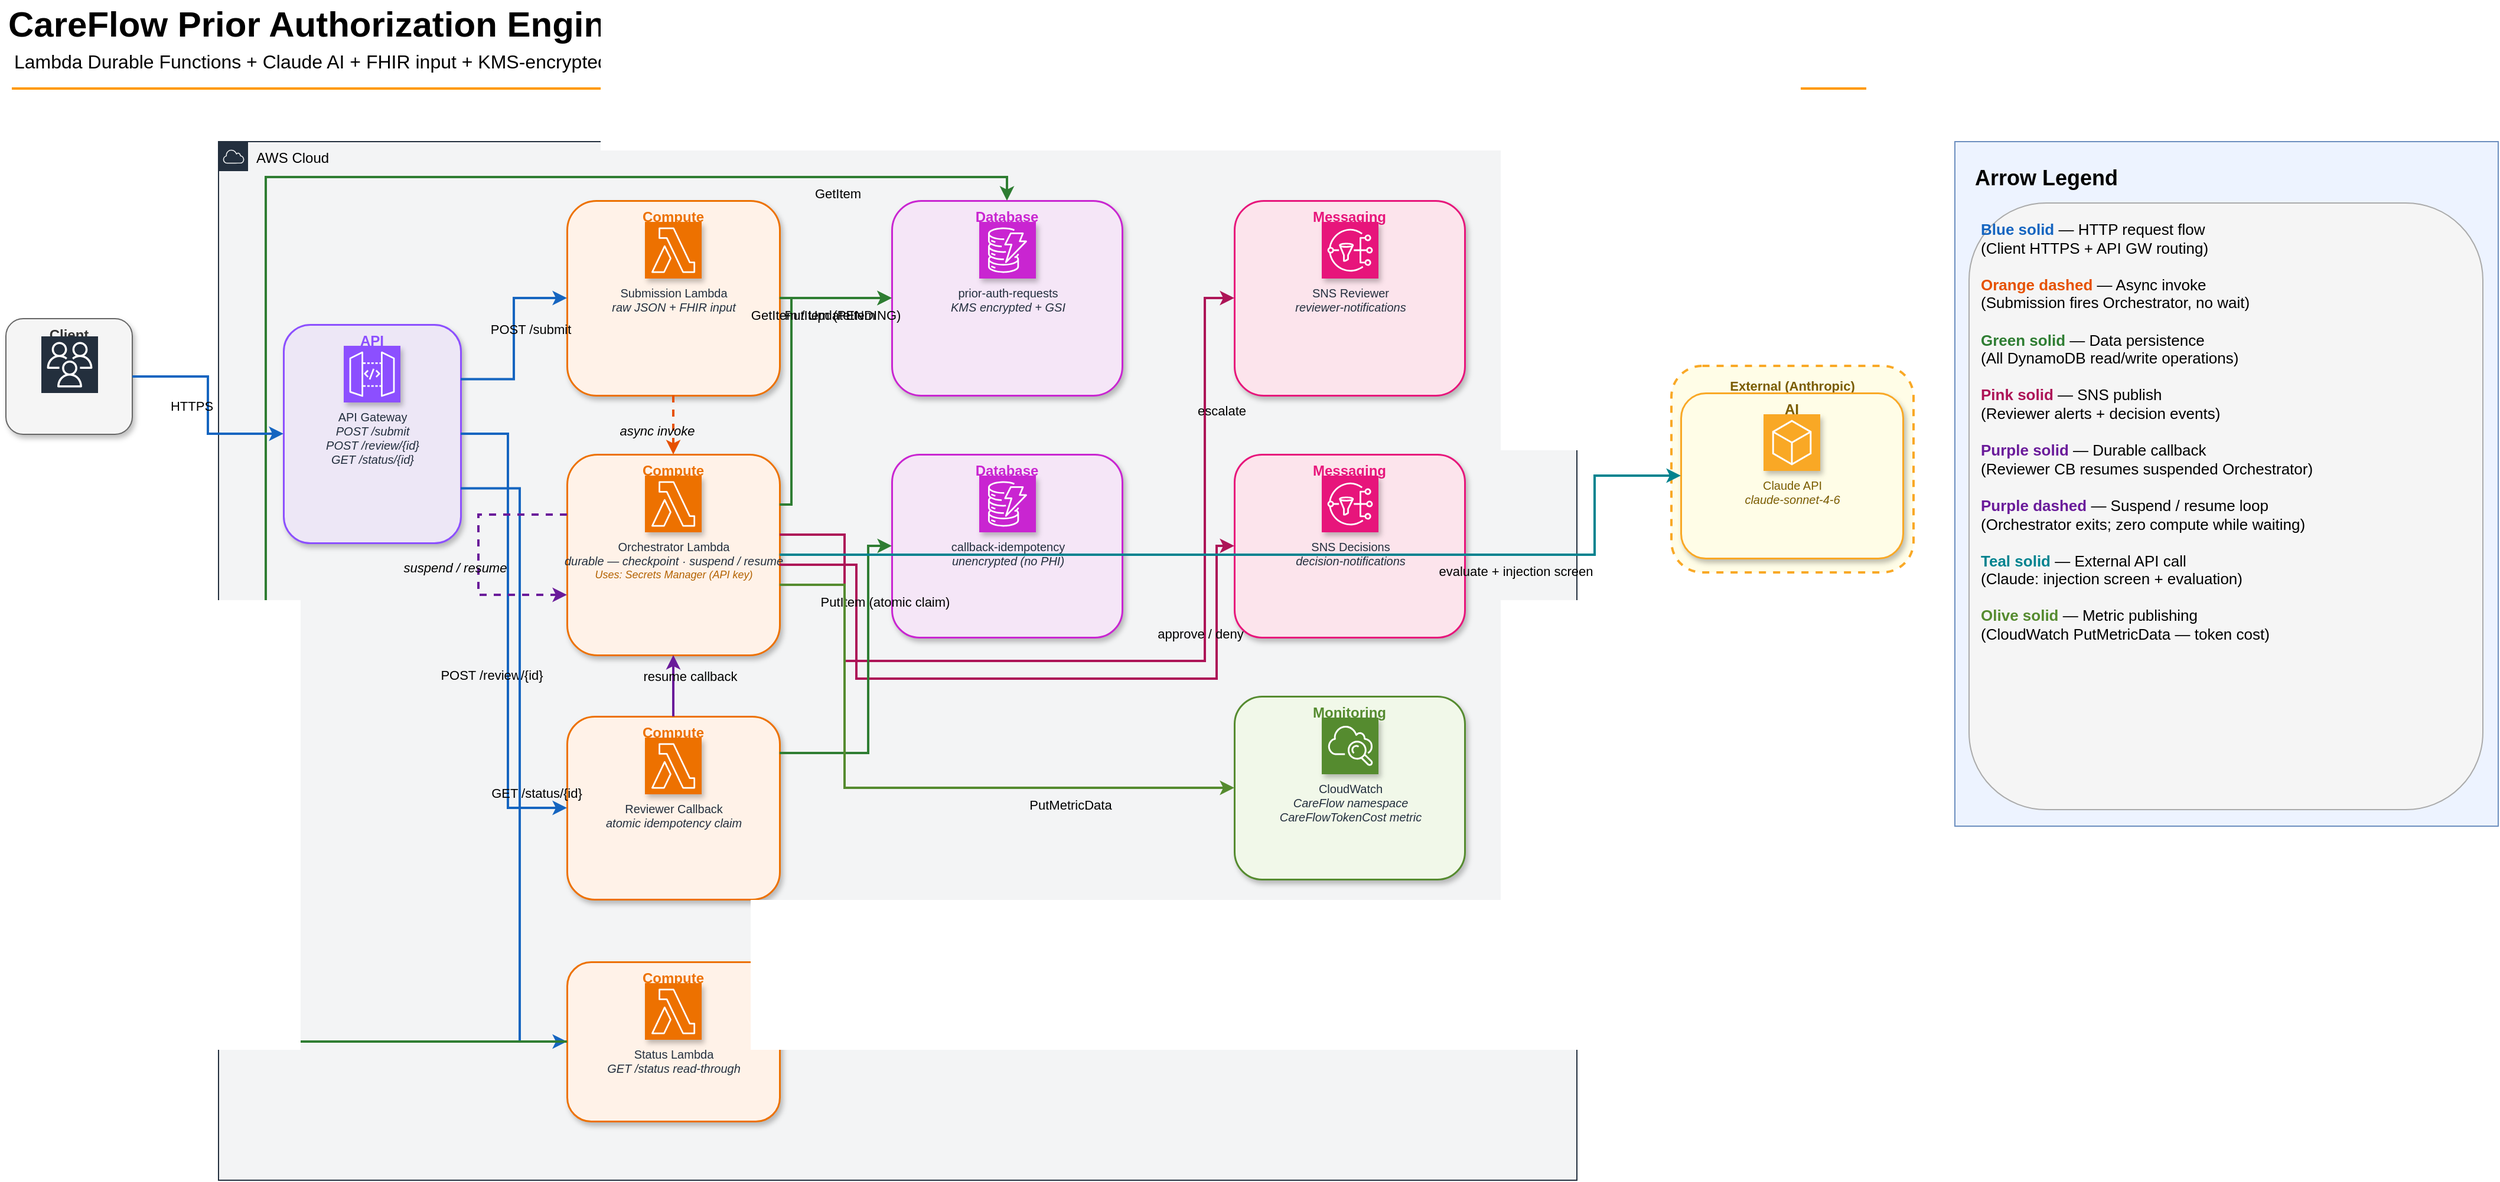
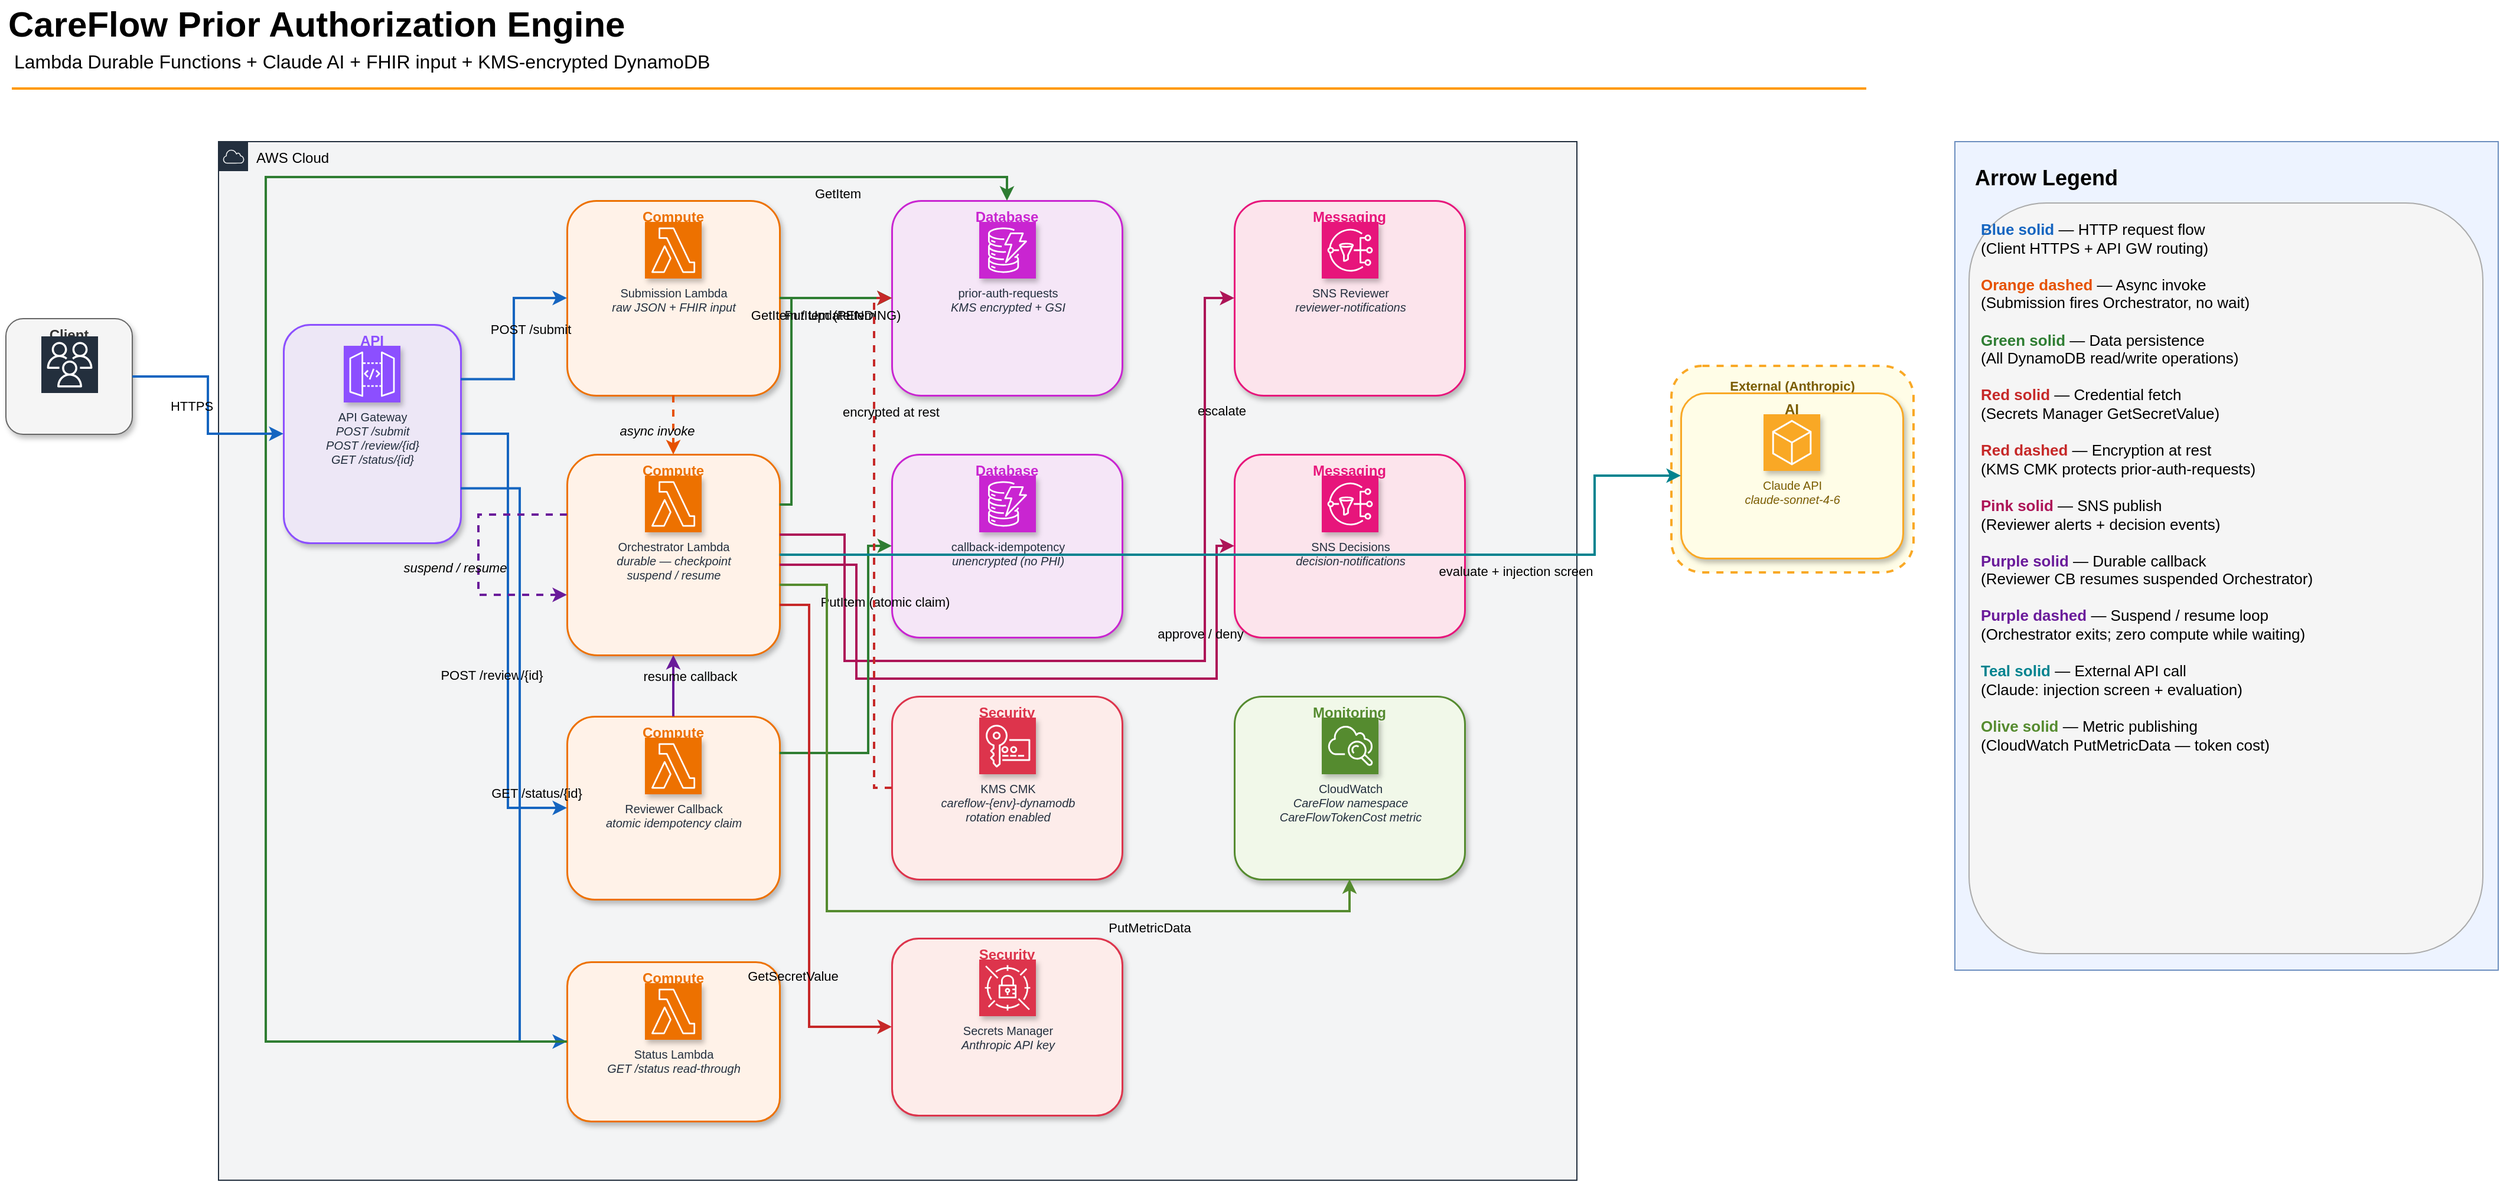
<mxfile host="Electron" version="29.6.1">
  <diagram name="CareFlow Architecture" id="careflow-arch">
    <mxGraphModel dx="2000" dy="1200" grid="0" gridSize="10" guides="1" tooltips="1" connect="1" arrows="1" fold="1" page="0" pageScale="1" pageWidth="2200" pageHeight="1200" math="0" shadow="0">
      <root>
        <mxCell id="0" />
        <mxCell id="1" parent="0" />

        <mxCell id="title-group" connectable="0" parent="1" style="group;fontFamily=Helvetica;" value="" vertex="1">
          <mxGeometry x="50" y="30" width="1580" height="83" as="geometry" />
        </mxCell>
        <mxCell id="title-text" parent="title-group" style="text;html=1;resizable=1;points=[];autosize=1;align=left;verticalAlign=top;spacingTop=-4;fontSize=30;fontStyle=1;fontFamily=Helvetica;" value="CareFlow Prior Authorization Engine" vertex="1">
          <mxGeometry width="900" height="42" as="geometry" />
        </mxCell>
        <mxCell id="subtitle-text" parent="title-group" style="text;html=1;resizable=0;points=[];align=left;verticalAlign=top;spacingTop=-4;fontSize=16;fontFamily=Helvetica;" value="Lambda Durable Functions + Claude AI + FHIR input + KMS-encrypted DynamoDB" vertex="1">
          <mxGeometry x="5" y="40" width="1400" height="25" as="geometry" />
        </mxCell>
        <mxCell id="title-sep" parent="title-group" style="line;strokeWidth=2;html=1;strokeColor=#FF9900;fontFamily=Helvetica;" value="" vertex="1">
          <mxGeometry x="5" y="70" width="1570" height="10" as="geometry" />
        </mxCell>

        <mxCell id="client-container" parent="1" style="fillColor=#f5f5f5;strokeColor=light-dark(#666666,#D4D4D4);rounded=1;whiteSpace=wrap;html=1;verticalAlign=top;fontStyle=1;fontSize=12;fontColor=#333333;fontFamily=Helvetica;container=1;collapsible=0;shadow=1;strokeWidth=1;" value="Client" vertex="1">
          <mxGeometry x="50" y="300" width="107" height="98" as="geometry" />
        </mxCell>
        <mxCell id="client-icon" parent="client-container" style="sketch=0;points=[[0,0,0],[0.25,0,0],[0.5,0,0],[0.75,0,0],[1,0,0],[0,1,0],[0.25,1,0],[0.5,1,0],[0.75,1,0],[1,1,0],[0,0.25,0],[0,0.5,0],[0,0.75,0],[1,0.25,0],[1,0.5,0],[1,0.75,0]];outlineConnect=0;fontColor=#232F3E;fillColor=#232F3D;strokeColor=#ffffff;dashed=0;verticalLabelPosition=bottom;verticalAlign=top;align=center;html=1;fontSize=12;fontStyle=0;aspect=fixed;shape=mxgraph.aws4.resourceIcon;resIcon=mxgraph.aws4.users;fontFamily=Helvetica;" value="" vertex="1">
          <mxGeometry x="30" y="15" width="48" height="48" as="geometry" />
        </mxCell>

        <mxCell id="ext-boundary" parent="1" style="rounded=1;whiteSpace=wrap;html=1;verticalAlign=top;fontStyle=1;fontSize=11;fontColor=#7a5c00;fontFamily=Helvetica;fillColor=#FFFDE7;strokeColor=#F9A825;strokeWidth=2;dashed=1;spacingTop=4;" value="External (Anthropic)" vertex="1">
          <mxGeometry x="1460" y="340" width="205" height="175" as="geometry" />
        </mxCell>
        <mxCell id="svc-group-claude" parent="1" style="fillColor=#FFFDE7;strokeColor=#F9A825;rounded=1;whiteSpace=wrap;html=1;verticalAlign=top;fontStyle=1;fontSize=12;fontColor=#7a5c00;fontFamily=Helvetica;container=1;collapsible=0;shadow=1;strokeWidth=1.5;" value="AI" vertex="1">
          <mxGeometry x="1468" y="363" width="188" height="140" as="geometry" />
        </mxCell>
        <mxCell id="svc-claude" parent="svc-group-claude" style="sketch=0;points=[[0,0,0],[0.25,0,0],[0.5,0,0],[0.75,0,0],[1,0,0],[0,1,0],[0.25,1,0],[0.5,1,0],[0.75,1,0],[1,1,0],[0,0.25,0],[0,0.5,0],[0,0.75,0],[1,0.25,0],[1,0.5,0],[1,0.75,0]];outlineConnect=0;fontColor=#7a5c00;fillColor=#F9A825;strokeColor=#ffffff;dashed=0;verticalLabelPosition=bottom;verticalAlign=top;align=center;html=1;fontSize=10;fontStyle=0;aspect=fixed;shape=mxgraph.aws4.resourceIcon;resIcon=mxgraph.aws4.general;fontFamily=Helvetica;shadow=1;" value="Claude API&lt;div&gt;&lt;i&gt;claude-sonnet-4-6&lt;/i&gt;&lt;/div&gt;" vertex="1">
          <mxGeometry x="70" y="18" width="48" height="48" as="geometry" />
        </mxCell>

        <mxCell id="aws-cloud" parent="1" style="points=[[0,0],[0.25,0],[0.5,0],[0.75,0],[1,0],[1,0.25],[1,0.5],[1,0.75],[1,1],[0.75,1],[0.5,1],[0.25,1],[0,1],[0,0.75],[0,0.5],[0,0.25]];outlineConnect=0;gradientColor=none;html=1;whiteSpace=wrap;fontSize=12;fontStyle=0;shape=mxgraph.aws4.group;grIcon=mxgraph.aws4.group_aws_cloud;strokeColor=light-dark(#232F3E,#E0ECFB);fillColor=light-dark(#232F3E0D,#90C7FF0D);fillStyle=auto;verticalAlign=top;align=left;spacingLeft=30;fontColor=#232F3E;dashed=0;container=1;pointerEvents=0;collapsible=0;recursiveResize=0;fontFamily=Helvetica;" value="&lt;font style=&quot;color: light-dark(rgb(0,0,0),rgb(255,255,255));&quot;&gt;AWS Cloud&lt;/font&gt;" vertex="1">
          <mxGeometry x="230" y="150" width="1150" height="880" as="geometry" />
        </mxCell>

        <mxCell id="svc-group-apigw" parent="aws-cloud" style="fillColor=#EDE7F6;strokeColor=#8C4FFF;rounded=1;whiteSpace=wrap;html=1;verticalAlign=top;fontStyle=1;fontSize=12;fontColor=#8C4FFF;fontFamily=Helvetica;container=1;collapsible=0;shadow=1;strokeWidth=1.5;" value="API" vertex="1">
          <mxGeometry x="55" y="155" width="150" height="185" as="geometry" />
        </mxCell>
        <mxCell id="svc-apigw" parent="svc-group-apigw" style="sketch=0;points=[[0,0,0],[0.25,0,0],[0.5,0,0],[0.75,0,0],[1,0,0],[0,1,0],[0.25,1,0],[0.5,1,0],[0.75,1,0],[1,1,0],[0,0.25,0],[0,0.5,0],[0,0.75,0],[1,0.25,0],[1,0.5,0],[1,0.75,0]];outlineConnect=0;fontColor=#232F3E;fillColor=#8C4FFF;strokeColor=#ffffff;dashed=0;verticalLabelPosition=bottom;verticalAlign=top;align=center;html=1;fontSize=10;fontStyle=0;aspect=fixed;shape=mxgraph.aws4.resourceIcon;resIcon=mxgraph.aws4.api_gateway;fontFamily=Helvetica;shadow=1;" value="API Gateway&lt;div&gt;&lt;i&gt;POST /submit&lt;/i&gt;&lt;/div&gt;&lt;div&gt;&lt;i&gt;POST /review/{id}&lt;/i&gt;&lt;/div&gt;&lt;div&gt;&lt;i&gt;GET /status/{id}&lt;/i&gt;&lt;/div&gt;" vertex="1">
          <mxGeometry x="51" y="18" width="48" height="48" as="geometry" />
        </mxCell>

        <mxCell id="svc-group-submission" parent="aws-cloud" style="fillColor=#FFF2E8;strokeColor=#ED7100;rounded=1;whiteSpace=wrap;html=1;verticalAlign=top;fontStyle=1;fontSize=12;fontColor=#ED7100;fontFamily=Helvetica;container=1;collapsible=0;shadow=1;strokeWidth=1.5;" value="Compute" vertex="1">
          <mxGeometry x="295" y="50" width="180" height="165" as="geometry" />
        </mxCell>
        <mxCell id="svc-submission" parent="svc-group-submission" style="sketch=0;points=[[0,0,0],[0.25,0,0],[0.5,0,0],[0.75,0,0],[1,0,0],[0,1,0],[0.25,1,0],[0.5,1,0],[0.75,1,0],[1,1,0],[0,0.25,0],[0,0.5,0],[0,0.75,0],[1,0.25,0],[1,0.5,0],[1,0.75,0]];outlineConnect=0;fontColor=#232F3E;fillColor=#ED7100;strokeColor=#ffffff;dashed=0;verticalLabelPosition=bottom;verticalAlign=top;align=center;html=1;fontSize=10;fontStyle=0;aspect=fixed;shape=mxgraph.aws4.resourceIcon;resIcon=mxgraph.aws4.lambda;fontFamily=Helvetica;shadow=1;" value="Submission Lambda&lt;div&gt;&lt;i&gt;raw JSON + FHIR input&lt;/i&gt;&lt;/div&gt;" vertex="1">
          <mxGeometry x="66" y="18" width="48" height="48" as="geometry" />
        </mxCell>

        <mxCell id="svc-group-orchestrator" parent="aws-cloud" style="fillColor=#FFF2E8;strokeColor=#ED7100;rounded=1;whiteSpace=wrap;html=1;verticalAlign=top;fontStyle=1;fontSize=12;fontColor=#ED7100;fontFamily=Helvetica;container=1;collapsible=0;shadow=1;strokeWidth=1.5;" value="Compute" vertex="1">
          <mxGeometry x="295" y="265" width="180" height="170" as="geometry" />
        </mxCell>
-         <mxCell id="svc-orchestrator" parent="svc-group-orchestrator" style="sketch=0;points=[[0,0,0],[0.25,0,0],[0.5,0,0],[0.75,0,0],[1,0,0],[0,1,0],[0.25,1,0],[0.5,1,0],[0.75,1,0],[1,1,0],[0,0.25,0],[0,0.5,0],[0,0.75,0],[1,0.25,0],[1,0.5,0],[1,0.75,0]];outlineConnect=0;fontColor=#232F3E;fillColor=#ED7100;strokeColor=#ffffff;dashed=0;verticalLabelPosition=bottom;verticalAlign=top;align=center;html=1;fontSize=10;fontStyle=0;aspect=fixed;shape=mxgraph.aws4.resourceIcon;resIcon=mxgraph.aws4.lambda;fontFamily=Helvetica;shadow=1;" value="Orchestrator Lambda&lt;div&gt;&lt;i&gt;durable — checkpoint · suspend / resume&lt;/i&gt;&lt;/div&gt;&lt;div style=&quot;font-size:9px;color:#b36200;&quot;&gt;&lt;i&gt;Uses: Secrets Manager (API key)&lt;/i&gt;&lt;/div&gt;" vertex="1">
+         <mxCell id="svc-orchestrator" parent="svc-group-orchestrator" style="sketch=0;points=[[0,0,0],[0.25,0,0],[0.5,0,0],[0.75,0,0],[1,0,0],[0,1,0],[0.25,1,0],[0.5,1,0],[0.75,1,0],[1,1,0],[0,0.25,0],[0,0.5,0],[0,0.75,0],[1,0.25,0],[1,0.5,0],[1,0.75,0]];outlineConnect=0;fontColor=#232F3E;fillColor=#ED7100;strokeColor=#ffffff;dashed=0;verticalLabelPosition=bottom;verticalAlign=top;align=center;html=1;fontSize=10;fontStyle=0;aspect=fixed;shape=mxgraph.aws4.resourceIcon;resIcon=mxgraph.aws4.lambda;fontFamily=Helvetica;shadow=1;" value="Orchestrator Lambda&lt;div&gt;&lt;i&gt;durable — checkpoint&lt;/i&gt;&lt;/div&gt;&lt;div&gt;&lt;i&gt;suspend / resume&lt;/i&gt;&lt;/div&gt;" vertex="1">
          <mxGeometry x="66" y="18" width="48" height="48" as="geometry" />
        </mxCell>

        <mxCell id="svc-group-reviewer-cb" parent="aws-cloud" style="fillColor=#FFF2E8;strokeColor=#ED7100;rounded=1;whiteSpace=wrap;html=1;verticalAlign=top;fontStyle=1;fontSize=12;fontColor=#ED7100;fontFamily=Helvetica;container=1;collapsible=0;shadow=1;strokeWidth=1.5;" value="Compute" vertex="1">
          <mxGeometry x="295" y="487" width="180" height="155" as="geometry" />
        </mxCell>
        <mxCell id="svc-reviewer-cb" parent="svc-group-reviewer-cb" style="sketch=0;points=[[0,0,0],[0.25,0,0],[0.5,0,0],[0.75,0,0],[1,0,0],[0,1,0],[0.25,1,0],[0.5,1,0],[0.75,1,0],[1,1,0],[0,0.25,0],[0,0.5,0],[0,0.75,0],[1,0.25,0],[1,0.5,0],[1,0.75,0]];outlineConnect=0;fontColor=#232F3E;fillColor=#ED7100;strokeColor=#ffffff;dashed=0;verticalLabelPosition=bottom;verticalAlign=top;align=center;html=1;fontSize=10;fontStyle=0;aspect=fixed;shape=mxgraph.aws4.resourceIcon;resIcon=mxgraph.aws4.lambda;fontFamily=Helvetica;shadow=1;" value="Reviewer Callback&lt;div&gt;&lt;i&gt;atomic idempotency claim&lt;/i&gt;&lt;/div&gt;" vertex="1">
          <mxGeometry x="66" y="18" width="48" height="48" as="geometry" />
        </mxCell>

        <mxCell id="svc-group-status" parent="aws-cloud" style="fillColor=#FFF2E8;strokeColor=#ED7100;rounded=1;whiteSpace=wrap;html=1;verticalAlign=top;fontStyle=1;fontSize=12;fontColor=#ED7100;fontFamily=Helvetica;container=1;collapsible=0;shadow=1;strokeWidth=1.5;" value="Compute" vertex="1">
          <mxGeometry x="295" y="695" width="180" height="135" as="geometry" />
        </mxCell>
        <mxCell id="svc-status" parent="svc-group-status" style="sketch=0;points=[[0,0,0],[0.25,0,0],[0.5,0,0],[0.75,0,0],[1,0,0],[0,1,0],[0.25,1,0],[0.5,1,0],[0.75,1,0],[1,1,0],[0,0.25,0],[0,0.5,0],[0,0.75,0],[1,0.25,0],[1,0.5,0],[1,0.75,0]];outlineConnect=0;fontColor=#232F3E;fillColor=#ED7100;strokeColor=#ffffff;dashed=0;verticalLabelPosition=bottom;verticalAlign=top;align=center;html=1;fontSize=10;fontStyle=0;aspect=fixed;shape=mxgraph.aws4.resourceIcon;resIcon=mxgraph.aws4.lambda;fontFamily=Helvetica;shadow=1;" value="Status Lambda&lt;div&gt;&lt;i&gt;GET /status read-through&lt;/i&gt;&lt;/div&gt;" vertex="1">
          <mxGeometry x="66" y="18" width="48" height="48" as="geometry" />
        </mxCell>

        <mxCell id="svc-group-ddb-requests" parent="aws-cloud" style="fillColor=#F5E6F7;strokeColor=#C925D1;rounded=1;whiteSpace=wrap;html=1;verticalAlign=top;fontStyle=1;fontSize=12;fontColor=#C925D1;fontFamily=Helvetica;container=1;collapsible=0;shadow=1;strokeWidth=1.5;" value="Database" vertex="1">
          <mxGeometry x="570" y="50" width="195" height="165" as="geometry" />
        </mxCell>
        <mxCell id="svc-ddb-requests" parent="svc-group-ddb-requests" style="sketch=0;points=[[0,0,0],[0.25,0,0],[0.5,0,0],[0.75,0,0],[1,0,0],[0,1,0],[0.25,1,0],[0.5,1,0],[0.75,1,0],[1,1,0],[0,0.25,0],[0,0.5,0],[0,0.75,0],[1,0.25,0],[1,0.5,0],[1,0.75,0]];outlineConnect=0;fontColor=#232F3E;fillColor=#C925D1;strokeColor=#ffffff;dashed=0;verticalLabelPosition=bottom;verticalAlign=top;align=center;html=1;fontSize=10;fontStyle=0;aspect=fixed;shape=mxgraph.aws4.resourceIcon;resIcon=mxgraph.aws4.dynamodb;fontFamily=Helvetica;shadow=1;" value="prior-auth-requests&lt;div&gt;&lt;i&gt;KMS encrypted + GSI&lt;/i&gt;&lt;/div&gt;" vertex="1">
          <mxGeometry x="74" y="18" width="48" height="48" as="geometry" />
        </mxCell>

        <mxCell id="svc-group-ddb-idempotency" parent="aws-cloud" style="fillColor=#F5E6F7;strokeColor=#C925D1;rounded=1;whiteSpace=wrap;html=1;verticalAlign=top;fontStyle=1;fontSize=12;fontColor=#C925D1;fontFamily=Helvetica;container=1;collapsible=0;shadow=1;strokeWidth=1.5;" value="Database" vertex="1">
          <mxGeometry x="570" y="265" width="195" height="155" as="geometry" />
        </mxCell>
        <mxCell id="svc-ddb-idempotency" parent="svc-group-ddb-idempotency" style="sketch=0;points=[[0,0,0],[0.25,0,0],[0.5,0,0],[0.75,0,0],[1,0,0],[0,1,0],[0.25,1,0],[0.5,1,0],[0.75,1,0],[1,1,0],[0,0.25,0],[0,0.5,0],[0,0.75,0],[1,0.25,0],[1,0.5,0],[1,0.75,0]];outlineConnect=0;fontColor=#232F3E;fillColor=#C925D1;strokeColor=#ffffff;dashed=0;verticalLabelPosition=bottom;verticalAlign=top;align=center;html=1;fontSize=10;fontStyle=0;aspect=fixed;shape=mxgraph.aws4.resourceIcon;resIcon=mxgraph.aws4.dynamodb;fontFamily=Helvetica;shadow=1;" value="callback-idempotency&lt;div&gt;&lt;i&gt;unencrypted (no PHI)&lt;/i&gt;&lt;/div&gt;" vertex="1">
+           <mxGeometry x="74" y="18" width="48" height="48" as="geometry" />
+         </mxCell>
+ 
+         <mxCell id="svc-group-kms" parent="aws-cloud" style="fillColor=#FDECEA;strokeColor=#DD344C;rounded=1;whiteSpace=wrap;html=1;verticalAlign=top;fontStyle=1;fontSize=12;fontColor=#DD344C;fontFamily=Helvetica;container=1;collapsible=0;shadow=1;strokeWidth=1.5;" value="Security" vertex="1">
+           <mxGeometry x="570" y="470" width="195" height="155" as="geometry" />
+         </mxCell>
+         <mxCell id="svc-kms" parent="svc-group-kms" style="sketch=0;points=[[0,0,0],[0.25,0,0],[0.5,0,0],[0.75,0,0],[1,0,0],[0,1,0],[0.25,1,0],[0.5,1,0],[0.75,1,0],[1,1,0],[0,0.25,0],[0,0.5,0],[0,0.75,0],[1,0.25,0],[1,0.5,0],[1,0.75,0]];outlineConnect=0;fontColor=#232F3E;fillColor=#DD344C;strokeColor=#ffffff;dashed=0;verticalLabelPosition=bottom;verticalAlign=top;align=center;html=1;fontSize=10;fontStyle=0;aspect=fixed;shape=mxgraph.aws4.resourceIcon;resIcon=mxgraph.aws4.key_management_service;fontFamily=Helvetica;shadow=1;" value="KMS CMK&lt;div&gt;&lt;i&gt;careflow-{env}-dynamodb&lt;/i&gt;&lt;/div&gt;&lt;div&gt;&lt;i&gt;rotation enabled&lt;/i&gt;&lt;/div&gt;" vertex="1">
+           <mxGeometry x="74" y="18" width="48" height="48" as="geometry" />
+         </mxCell>
+ 
+         <mxCell id="svc-group-secrets" parent="aws-cloud" style="fillColor=#FDECEA;strokeColor=#DD344C;rounded=1;whiteSpace=wrap;html=1;verticalAlign=top;fontStyle=1;fontSize=12;fontColor=#DD344C;fontFamily=Helvetica;container=1;collapsible=0;shadow=1;strokeWidth=1.5;" value="Security" vertex="1">
+           <mxGeometry x="570" y="675" width="195" height="150" as="geometry" />
+         </mxCell>
+         <mxCell id="svc-secrets" parent="svc-group-secrets" style="sketch=0;points=[[0,0,0],[0.25,0,0],[0.5,0,0],[0.75,0,0],[1,0,0],[0,1,0],[0.25,1,0],[0.5,1,0],[0.75,1,0],[1,1,0],[0,0.25,0],[0,0.5,0],[0,0.75,0],[1,0.25,0],[1,0.5,0],[1,0.75,0]];outlineConnect=0;fontColor=#232F3E;fillColor=#DD344C;strokeColor=#ffffff;dashed=0;verticalLabelPosition=bottom;verticalAlign=top;align=center;html=1;fontSize=10;fontStyle=0;aspect=fixed;shape=mxgraph.aws4.resourceIcon;resIcon=mxgraph.aws4.secrets_manager;fontFamily=Helvetica;shadow=1;" value="Secrets Manager&lt;div&gt;&lt;i&gt;Anthropic API key&lt;/i&gt;&lt;/div&gt;" vertex="1">
          <mxGeometry x="74" y="18" width="48" height="48" as="geometry" />
        </mxCell>

        <mxCell id="svc-group-sns-reviewer" parent="aws-cloud" style="fillColor=#FCE4EC;strokeColor=#E7157B;rounded=1;whiteSpace=wrap;html=1;verticalAlign=top;fontStyle=1;fontSize=12;fontColor=#E7157B;fontFamily=Helvetica;container=1;collapsible=0;shadow=1;strokeWidth=1.5;" value="Messaging" vertex="1">
          <mxGeometry x="860" y="50" width="195" height="165" as="geometry" />
        </mxCell>
        <mxCell id="svc-sns-reviewer" parent="svc-group-sns-reviewer" style="sketch=0;points=[[0,0,0],[0.25,0,0],[0.5,0,0],[0.75,0,0],[1,0,0],[0,1,0],[0.25,1,0],[0.5,1,0],[0.75,1,0],[1,1,0],[0,0.25,0],[0,0.5,0],[0,0.75,0],[1,0.25,0],[1,0.5,0],[1,0.75,0]];outlineConnect=0;fontColor=#232F3E;fillColor=#E7157B;strokeColor=#ffffff;dashed=0;verticalLabelPosition=bottom;verticalAlign=top;align=center;html=1;fontSize=10;fontStyle=0;aspect=fixed;shape=mxgraph.aws4.resourceIcon;resIcon=mxgraph.aws4.sns;fontFamily=Helvetica;shadow=1;" value="SNS Reviewer&lt;div&gt;&lt;i&gt;reviewer-notifications&lt;/i&gt;&lt;/div&gt;" vertex="1">
          <mxGeometry x="74" y="18" width="48" height="48" as="geometry" />
        </mxCell>

        <mxCell id="svc-group-sns-decisions" parent="aws-cloud" style="fillColor=#FCE4EC;strokeColor=#E7157B;rounded=1;whiteSpace=wrap;html=1;verticalAlign=top;fontStyle=1;fontSize=12;fontColor=#E7157B;fontFamily=Helvetica;container=1;collapsible=0;shadow=1;strokeWidth=1.5;" value="Messaging" vertex="1">
          <mxGeometry x="860" y="265" width="195" height="155" as="geometry" />
        </mxCell>
        <mxCell id="svc-sns-decisions" parent="svc-group-sns-decisions" style="sketch=0;points=[[0,0,0],[0.25,0,0],[0.5,0,0],[0.75,0,0],[1,0,0],[0,1,0],[0.25,1,0],[0.5,1,0],[0.75,1,0],[1,1,0],[0,0.25,0],[0,0.5,0],[0,0.75,0],[1,0.25,0],[1,0.5,0],[1,0.75,0]];outlineConnect=0;fontColor=#232F3E;fillColor=#E7157B;strokeColor=#ffffff;dashed=0;verticalLabelPosition=bottom;verticalAlign=top;align=center;html=1;fontSize=10;fontStyle=0;aspect=fixed;shape=mxgraph.aws4.resourceIcon;resIcon=mxgraph.aws4.sns;fontFamily=Helvetica;shadow=1;" value="SNS Decisions&lt;div&gt;&lt;i&gt;decision-notifications&lt;/i&gt;&lt;/div&gt;" vertex="1">
          <mxGeometry x="74" y="18" width="48" height="48" as="geometry" />
        </mxCell>

        <mxCell id="svc-group-cloudwatch" parent="aws-cloud" style="fillColor=#F1F8E9;strokeColor=#558B2F;rounded=1;whiteSpace=wrap;html=1;verticalAlign=top;fontStyle=1;fontSize=12;fontColor=#558B2F;fontFamily=Helvetica;container=1;collapsible=0;shadow=1;strokeWidth=1.5;" value="Monitoring" vertex="1">
          <mxGeometry x="860" y="470" width="195" height="155" as="geometry" />
        </mxCell>
        <mxCell id="svc-cloudwatch" parent="svc-group-cloudwatch" style="sketch=0;points=[[0,0,0],[0.25,0,0],[0.5,0,0],[0.75,0,0],[1,0,0],[0,1,0],[0.25,1,0],[0.5,1,0],[0.75,1,0],[1,1,0],[0,0.25,0],[0,0.5,0],[0,0.75,0],[1,0.25,0],[1,0.5,0],[1,0.75,0]];outlineConnect=0;fontColor=#232F3E;fillColor=#558B2F;strokeColor=#ffffff;dashed=0;verticalLabelPosition=bottom;verticalAlign=top;align=center;html=1;fontSize=10;fontStyle=0;aspect=fixed;shape=mxgraph.aws4.resourceIcon;resIcon=mxgraph.aws4.cloudwatch;fontFamily=Helvetica;shadow=1;" value="CloudWatch&lt;div&gt;&lt;i&gt;CareFlow namespace&lt;/i&gt;&lt;/div&gt;&lt;div&gt;&lt;i&gt;CareFlowTokenCost metric&lt;/i&gt;&lt;/div&gt;" vertex="1">
          <mxGeometry x="74" y="18" width="48" height="48" as="geometry" />
        </mxCell>

        <!-- ── Client → API Gateway ── -->
        <mxCell id="edge-client-apigw" edge="1" parent="1" source="client-container" target="svc-group-apigw" style="edgeStyle=orthogonalEdgeStyle;rounded=0;html=1;strokeColor=#1565C0;strokeWidth=2;fontFamily=Helvetica;labelBackgroundColor=none;exitX=1;exitY=0.5;exitDx=0;exitDy=0;entryX=0;entryY=0.5;entryDx=0;entryDy=0;" vertex="1">
          <mxGeometry relative="1" as="geometry" />
        </mxCell>
        <mxCell id="edge-client-apigw-lbl" connectable="0" parent="edge-client-apigw" style="edgeLabel;html=1;align=center;verticalAlign=middle;resizable=0;points=[];fontSize=11;fontFamily=Helvetica;labelBackgroundColor=none;" value="HTTPS" vertex="1">
          <mxGeometry relative="1" x="0.0" y="-14" as="geometry"><mxPoint as="offset" /></mxGeometry>
        </mxCell>

        <!-- ── API Gateway → Submission  (exits apigw top-right, enters submission left-centre) ── -->
        <mxCell id="edge-apigw-submission" edge="1" parent="aws-cloud" source="svc-group-apigw" target="svc-group-submission" style="edgeStyle=orthogonalEdgeStyle;rounded=0;html=1;strokeColor=#1565C0;strokeWidth=2;fontFamily=Helvetica;labelBackgroundColor=none;exitX=1;exitY=0.25;exitDx=0;exitDy=0;entryX=0;entryY=0.5;entryDx=0;entryDy=0;" vertex="1">
          <mxGeometry relative="1" as="geometry" />
        </mxCell>
        <mxCell id="edge-apigw-submission-lbl" connectable="0" parent="edge-apigw-submission" style="edgeLabel;html=1;align=center;verticalAlign=middle;resizable=0;points=[];fontSize=11;fontFamily=Helvetica;labelBackgroundColor=none;" value="POST /submit" vertex="1">
          <mxGeometry relative="1" x="0.1" y="-14" as="geometry"><mxPoint as="offset" /></mxGeometry>
        </mxCell>

        <!-- ── API Gateway → Reviewer Callback  (lane x=245 between apigw-right=205 and lambda-left=295) ── -->
        <mxCell id="edge-apigw-reviewer" edge="1" parent="aws-cloud" source="svc-group-apigw" target="svc-group-reviewer-cb" style="edgeStyle=orthogonalEdgeStyle;rounded=0;html=1;strokeColor=#1565C0;strokeWidth=2;fontFamily=Helvetica;labelBackgroundColor=none;exitX=1;exitY=0.5;exitDx=0;exitDy=0;entryX=0;entryY=0.5;entryDx=0;entryDy=0;" vertex="1">
          <mxGeometry relative="1" as="geometry">
            <Array as="points">
              <mxPoint x="245" y="247" />
              <mxPoint x="245" y="564" />
            </Array>
          </mxGeometry>
        </mxCell>
        <mxCell id="edge-apigw-reviewer-lbl" connectable="0" parent="edge-apigw-reviewer" style="edgeLabel;html=1;align=center;verticalAlign=middle;resizable=0;points=[];fontSize=11;fontFamily=Helvetica;labelBackgroundColor=none;" value="POST /review/{id}" vertex="1">
          <mxGeometry relative="1" x="0.2" y="-14" as="geometry"><mxPoint as="offset" /></mxGeometry>
        </mxCell>

        <!-- ── API Gateway → Status  (lane x=255 between apigw-right=205 and lambda-left=295) ── -->
        <mxCell id="edge-apigw-status" edge="1" parent="aws-cloud" source="svc-group-apigw" target="svc-group-status" style="edgeStyle=orthogonalEdgeStyle;rounded=0;html=1;strokeColor=#1565C0;strokeWidth=2;fontFamily=Helvetica;labelBackgroundColor=none;exitX=1;exitY=0.75;exitDx=0;exitDy=0;entryX=0;entryY=0.5;entryDx=0;entryDy=0;" vertex="1">
          <mxGeometry relative="1" as="geometry">
            <Array as="points">
              <mxPoint x="255" y="293" />
              <mxPoint x="255" y="762" />
            </Array>
          </mxGeometry>
        </mxCell>
        <mxCell id="edge-apigw-status-lbl" connectable="0" parent="edge-apigw-status" style="edgeLabel;html=1;align=center;verticalAlign=middle;resizable=0;points=[];fontSize=11;fontFamily=Helvetica;labelBackgroundColor=none;" value="GET /status/{id}" vertex="1">
          <mxGeometry relative="1" x="0.1" y="14" as="geometry"><mxPoint as="offset" /></mxGeometry>
        </mxCell>

        <!-- ── Submission → DynamoDB requests  (straight horizontal, same row) ── -->
        <mxCell id="edge-submission-ddb" edge="1" parent="aws-cloud" source="svc-group-submission" target="svc-group-ddb-requests" style="edgeStyle=orthogonalEdgeStyle;rounded=0;html=1;strokeColor=#2E7D32;strokeWidth=2;fontFamily=Helvetica;labelBackgroundColor=none;exitX=1;exitY=0.5;exitDx=0;exitDy=0;entryX=0;entryY=0.5;entryDx=0;entryDy=0;" vertex="1">
          <mxGeometry relative="1" as="geometry" />
        </mxCell>
        <mxCell id="edge-submission-ddb-lbl" connectable="0" parent="edge-submission-ddb" style="edgeLabel;html=1;align=center;verticalAlign=middle;resizable=0;points=[];fontSize=11;fontFamily=Helvetica;labelBackgroundColor=none;" value="PutItem (PENDING)" vertex="1">
          <mxGeometry relative="1" x="0.1" y="-14" as="geometry"><mxPoint as="offset" /></mxGeometry>
        </mxCell>

        <!-- ── Submission → Orchestrator  (straight vertical drop) ── -->
        <mxCell id="edge-submission-orch" edge="1" parent="aws-cloud" source="svc-group-submission" target="svc-group-orchestrator" style="edgeStyle=orthogonalEdgeStyle;rounded=0;html=1;strokeColor=#E65100;strokeWidth=2;dashed=1;fontFamily=Helvetica;labelBackgroundColor=none;exitX=0.5;exitY=1;exitDx=0;exitDy=0;entryX=0.5;entryY=0;entryDx=0;entryDy=0;" vertex="1">
          <mxGeometry relative="1" as="geometry" />
        </mxCell>
        <mxCell id="edge-submission-orch-lbl" connectable="0" parent="edge-submission-orch" style="edgeLabel;html=1;align=center;verticalAlign=middle;resizable=0;points=[];fontSize=11;fontStyle=2;fontFamily=Helvetica;labelBackgroundColor=none;" value="async invoke" vertex="1">
          <mxGeometry relative="1" x="0.2" y="-14" as="geometry"><mxPoint as="offset" /></mxGeometry>
        </mxCell>

        <!-- ── Orchestrator → DynamoDB requests  (lane x=485, goes up clear of ddb-idempotency) ── -->
        <mxCell id="edge-orch-ddb" edge="1" parent="aws-cloud" source="svc-group-orchestrator" target="svc-group-ddb-requests" style="edgeStyle=orthogonalEdgeStyle;rounded=0;html=1;strokeColor=#2E7D32;strokeWidth=2;fontFamily=Helvetica;labelBackgroundColor=none;exitX=1;exitY=0.25;exitDx=0;exitDy=0;entryX=0;entryY=0.5;entryDx=0;entryDy=0;" vertex="1">
          <mxGeometry relative="1" as="geometry">
            <Array as="points">
              <mxPoint x="485" y="307" />
              <mxPoint x="485" y="132" />
            </Array>
          </mxGeometry>
        </mxCell>
        <mxCell id="edge-orch-ddb-lbl" connectable="0" parent="edge-orch-ddb" style="edgeLabel;html=1;align=center;verticalAlign=middle;resizable=0;points=[];fontSize=11;fontFamily=Helvetica;labelBackgroundColor=none;" value="GetItem / UpdateItem" vertex="1">
          <mxGeometry relative="1" x="0.5" y="-14" as="geometry"><mxPoint as="offset" /></mxGeometry>
        </mxCell>

        <!-- ── Orchestrator → SNS Reviewer  (lane x=530 down to y=440 gap, then x=835 up; avoids ddb-idempotency y=265-420) ── -->
        <mxCell id="edge-orch-sns-reviewer" edge="1" parent="aws-cloud" source="svc-group-orchestrator" target="svc-group-sns-reviewer" style="edgeStyle=orthogonalEdgeStyle;rounded=0;html=1;strokeColor=#AD1457;strokeWidth=2;fontFamily=Helvetica;labelBackgroundColor=none;exitX=1;exitY=0.4;exitDx=0;exitDy=0;entryX=0;entryY=0.5;entryDx=0;entryDy=0;" vertex="1">
          <mxGeometry relative="1" as="geometry">
            <Array as="points">
              <mxPoint x="530" y="333" />
              <mxPoint x="530" y="440" />
              <mxPoint x="835" y="440" />
              <mxPoint x="835" y="132" />
            </Array>
          </mxGeometry>
        </mxCell>
        <mxCell id="edge-orch-sns-reviewer-lbl" connectable="0" parent="edge-orch-sns-reviewer" style="edgeLabel;html=1;align=center;verticalAlign=middle;resizable=0;points=[];fontSize=11;fontFamily=Helvetica;labelBackgroundColor=none;" value="escalate" vertex="1">
          <mxGeometry relative="1" x="0.7" y="-14" as="geometry"><mxPoint as="offset" /></mxGeometry>
        </mxCell>

        <!-- ── Orchestrator → SNS Decisions  (lane x=540 down to y=455, then x=845; parallel but offset from reviewer) ── -->
        <mxCell id="edge-orch-sns-decisions" edge="1" parent="aws-cloud" source="svc-group-orchestrator" target="svc-group-sns-decisions" style="edgeStyle=orthogonalEdgeStyle;rounded=0;html=1;strokeColor=#AD1457;strokeWidth=2;fontFamily=Helvetica;labelBackgroundColor=none;exitX=1;exitY=0.55;exitDx=0;exitDy=0;entryX=0;entryY=0.5;entryDx=0;entryDy=0;" vertex="1">
          <mxGeometry relative="1" as="geometry">
            <Array as="points">
              <mxPoint x="540" y="358" />
              <mxPoint x="540" y="455" />
              <mxPoint x="845" y="455" />
              <mxPoint x="845" y="342" />
            </Array>
          </mxGeometry>
        </mxCell>
        <mxCell id="edge-orch-sns-decisions-lbl" connectable="0" parent="edge-orch-sns-decisions" style="edgeLabel;html=1;align=center;verticalAlign=middle;resizable=0;points=[];fontSize=11;fontFamily=Helvetica;labelBackgroundColor=none;" value="approve / deny" vertex="1">
          <mxGeometry relative="1" x="0.7" y="14" as="geometry"><mxPoint as="offset" /></mxGeometry>
        </mxCell>

        <!-- ── Orchestrator suspend/resume self-loop  (2-waypoint clean loop left of lambda col) ── -->
        <mxCell id="edge-orch-suspend" edge="1" parent="aws-cloud" source="svc-group-orchestrator" target="svc-group-orchestrator" style="edgeStyle=orthogonalEdgeStyle;rounded=0;html=1;strokeColor=#6A1B9A;strokeWidth=2;dashed=1;fontFamily=Helvetica;labelBackgroundColor=none;exitX=0;exitY=0.3;exitDx=0;exitDy=0;entryX=0;entryY=0.7;entryDx=0;entryDy=0;" vertex="1">
          <mxGeometry relative="1" as="geometry">
            <Array as="points">
              <mxPoint x="220" y="316" />
              <mxPoint x="220" y="384" />
            </Array>
          </mxGeometry>
        </mxCell>
        <mxCell id="edge-orch-suspend-lbl" connectable="0" parent="edge-orch-suspend" style="edgeLabel;html=1;align=center;verticalAlign=middle;resizable=0;points=[];fontSize=11;fontStyle=2;fontFamily=Helvetica;labelBackgroundColor=none;" value="suspend / resume" vertex="1">
          <mxGeometry relative="1" x="0.1" y="-20" as="geometry"><mxPoint as="offset" /></mxGeometry>
        </mxCell>

        <!-- ── Reviewer Callback → DynamoDB idempotency  (lane x=550, up through clear mid-corridor) ── -->
        <mxCell id="edge-reviewer-idempotency" edge="1" parent="aws-cloud" source="svc-group-reviewer-cb" target="svc-group-ddb-idempotency" style="edgeStyle=orthogonalEdgeStyle;rounded=0;html=1;strokeColor=#2E7D32;strokeWidth=2;fontFamily=Helvetica;labelBackgroundColor=none;exitX=1;exitY=0.2;exitDx=0;exitDy=0;entryX=0;entryY=0.5;entryDx=0;entryDy=0;" vertex="1">
          <mxGeometry relative="1" as="geometry">
            <Array as="points">
              <mxPoint x="550" y="518" />
              <mxPoint x="550" y="342" />
            </Array>
          </mxGeometry>
        </mxCell>
        <mxCell id="edge-reviewer-idempotency-lbl" connectable="0" parent="edge-reviewer-idempotency" style="edgeLabel;html=1;align=center;verticalAlign=middle;resizable=0;points=[];fontSize=11;fontFamily=Helvetica;labelBackgroundColor=none;" value="PutItem (atomic claim)" vertex="1">
          <mxGeometry relative="1" x="0.5" y="-14" as="geometry"><mxPoint as="offset" /></mxGeometry>
        </mxCell>

        <!-- ── Reviewer Callback → Orchestrator  (straight vertical rise) ── -->
        <mxCell id="edge-reviewer-orch" edge="1" parent="aws-cloud" source="svc-group-reviewer-cb" target="svc-group-orchestrator" style="edgeStyle=orthogonalEdgeStyle;rounded=0;html=1;strokeColor=#6A1B9A;strokeWidth=2;fontFamily=Helvetica;labelBackgroundColor=none;exitX=0.5;exitY=0;exitDx=0;exitDy=0;entryX=0.5;entryY=1;entryDx=0;entryDy=0;" vertex="1">
          <mxGeometry relative="1" as="geometry" />
        </mxCell>
        <mxCell id="edge-reviewer-orch-lbl" connectable="0" parent="edge-reviewer-orch" style="edgeLabel;html=1;align=center;verticalAlign=middle;resizable=0;points=[];fontSize=11;fontFamily=Helvetica;labelBackgroundColor=none;" value="resume callback" vertex="1">
          <mxGeometry relative="1" x="0.3" y="-14" as="geometry"><mxPoint as="offset" /></mxGeometry>
        </mxCell>

        <!-- ── Status → DynamoDB requests  (left-corridor route x=40 avoids Secrets box y=675-825) ── -->
        <mxCell id="edge-status-ddb" edge="1" parent="aws-cloud" source="svc-group-status" target="svc-group-ddb-requests" style="edgeStyle=orthogonalEdgeStyle;rounded=0;html=1;strokeColor=#2E7D32;strokeWidth=2;fontFamily=Helvetica;labelBackgroundColor=none;exitX=0;exitY=0.5;exitDx=0;exitDy=0;entryX=0.5;entryY=0;entryDx=0;entryDy=0;" vertex="1">
          <mxGeometry relative="1" as="geometry">
            <Array as="points">
              <mxPoint x="40" y="762" />
              <mxPoint x="40" y="30" />
              <mxPoint x="667" y="30" />
            </Array>
          </mxGeometry>
        </mxCell>
        <mxCell id="edge-status-ddb-lbl" connectable="0" parent="edge-status-ddb" style="edgeLabel;html=1;align=center;verticalAlign=middle;resizable=0;points=[];fontSize=11;fontFamily=Helvetica;labelBackgroundColor=none;" value="GetItem" vertex="1">
          <mxGeometry relative="1" x="0.8" y="-14" as="geometry"><mxPoint as="offset" /></mxGeometry>
        </mxCell>

-         <!-- ── Orchestrator → CloudWatch  (lane x=530 down, then right; KMS/Secrets gone so col-2 is clear at y=547) ── -->
-         <mxCell id="edge-orch-cloudwatch" edge="1" parent="aws-cloud" source="svc-group-orchestrator" target="svc-group-cloudwatch" style="edgeStyle=orthogonalEdgeStyle;rounded=0;html=1;strokeColor=#558B2F;strokeWidth=2;fontFamily=Helvetica;labelBackgroundColor=none;exitX=1;exitY=0.65;exitDx=0;exitDy=0;entryX=0;entryY=0.5;entryDx=0;entryDy=0;" vertex="1">
-           <mxGeometry relative="1" as="geometry">
-             <Array as="points">
-               <mxPoint x="530" y="375" />
-               <mxPoint x="530" y="547" />
+         <!-- ── Orchestrator → Secrets Manager  (lane x=500, down to row-4 centre; left of kms/secrets x=570) ── -->
+         <mxCell id="edge-orch-secrets" edge="1" parent="aws-cloud" source="svc-group-orchestrator" target="svc-group-secrets" style="edgeStyle=orthogonalEdgeStyle;rounded=0;html=1;strokeColor=#C62828;strokeWidth=2;fontFamily=Helvetica;labelBackgroundColor=none;exitX=1;exitY=0.75;exitDx=0;exitDy=0;entryX=0;entryY=0.5;entryDx=0;entryDy=0;" vertex="1">
+           <mxGeometry relative="1" as="geometry">
+             <Array as="points">
+               <mxPoint x="500" y="392" />
+               <mxPoint x="500" y="750" />
+             </Array>
+           </mxGeometry>
+         </mxCell>
+         <mxCell id="edge-orch-secrets-lbl" connectable="0" parent="edge-orch-secrets" style="edgeLabel;html=1;align=center;verticalAlign=middle;resizable=0;points=[];fontSize=11;fontFamily=Helvetica;labelBackgroundColor=none;" value="GetSecretValue" vertex="1">
+           <mxGeometry relative="1" x="0.5" y="-14" as="geometry"><mxPoint as="offset" /></mxGeometry>
+         </mxCell>
+ 
+         <!-- ── KMS → DynamoDB requests  (x=555 left-of-col2 lane; avoids ddb-idempotency x=570-765) ── -->
+         <mxCell id="edge-kms-ddb" edge="1" parent="aws-cloud" source="svc-group-kms" target="svc-group-ddb-requests" style="edgeStyle=orthogonalEdgeStyle;rounded=0;html=1;strokeColor=#C62828;strokeWidth=2;dashed=1;fontFamily=Helvetica;labelBackgroundColor=none;exitX=0;exitY=0.5;exitDx=0;exitDy=0;entryX=0;entryY=0.5;entryDx=0;entryDy=0;" vertex="1">
+           <mxGeometry relative="1" as="geometry">
+             <Array as="points">
+               <mxPoint x="555" y="547" />
+               <mxPoint x="555" y="132" />
+             </Array>
+           </mxGeometry>
+         </mxCell>
+         <mxCell id="edge-kms-ddb-lbl" connectable="0" parent="edge-kms-ddb" style="edgeLabel;html=1;align=center;verticalAlign=middle;resizable=0;points=[];fontSize=11;fontFamily=Helvetica;labelBackgroundColor=none;" value="encrypted at rest" vertex="1">
+           <mxGeometry relative="1" x="0.5" y="-14" as="geometry"><mxPoint as="offset" /></mxGeometry>
+         </mxCell>
+ 
+         <!-- ── Orchestrator → CloudWatch  (lane x=515 down to y=652, the 50px gap between kms-bottom=625 and secrets-top=675) ── -->
+         <mxCell id="edge-orch-cloudwatch" edge="1" parent="aws-cloud" source="svc-group-orchestrator" target="svc-group-cloudwatch" style="edgeStyle=orthogonalEdgeStyle;rounded=0;html=1;strokeColor=#558B2F;strokeWidth=2;fontFamily=Helvetica;labelBackgroundColor=none;exitX=1;exitY=0.65;exitDx=0;exitDy=0;entryX=0.5;entryY=1;entryDx=0;entryDy=0;" vertex="1">
+           <mxGeometry relative="1" as="geometry">
+             <Array as="points">
+               <mxPoint x="515" y="375" />
+               <mxPoint x="515" y="652" />
+               <mxPoint x="957" y="652" />
            </Array>
          </mxGeometry>
        </mxCell>
        <mxCell id="edge-orch-cloudwatch-lbl" connectable="0" parent="edge-orch-cloudwatch" style="edgeLabel;html=1;align=center;verticalAlign=middle;resizable=0;points=[];fontSize=11;fontFamily=Helvetica;labelBackgroundColor=none;" value="PutMetricData" vertex="1">
          <mxGeometry relative="1" x="0.5" y="-14" as="geometry"><mxPoint as="offset" /></mxGeometry>
        </mxCell>

        <!-- ── Orchestrator → Claude API  (exits aws-cloud right edge at x=1395 absolute, then into claude) ── -->
        <mxCell id="edge-orch-claude" edge="1" parent="1" source="svc-group-orchestrator" target="svc-group-claude" style="edgeStyle=orthogonalEdgeStyle;rounded=0;html=1;strokeColor=#00838F;strokeWidth=2;fontFamily=Helvetica;labelBackgroundColor=none;exitX=1;exitY=0.5;exitDx=0;exitDy=0;entryX=0;entryY=0.5;entryDx=0;entryDy=0;" vertex="1">
          <mxGeometry relative="1" as="geometry">
            <Array as="points">
              <mxPoint x="1395" y="500" />
              <mxPoint x="1395" y="433" />
            </Array>
          </mxGeometry>
        </mxCell>
        <mxCell id="edge-orch-claude-lbl" connectable="0" parent="edge-orch-claude" style="edgeLabel;html=1;align=center;verticalAlign=middle;resizable=0;points=[];fontSize=11;fontFamily=Helvetica;labelBackgroundColor=none;" value="evaluate + injection screen" vertex="1">
          <mxGeometry relative="1" x="0.5" y="-14" as="geometry"><mxPoint as="offset" /></mxGeometry>
        </mxCell>

        <mxCell id="legend-outer" connectable="0" parent="1" style="group" value="" vertex="1">
-           <mxGeometry x="1700" y="150" width="460" height="580" as="geometry" />
+           <mxGeometry x="1700" y="150" width="460" height="702" as="geometry" />
        </mxCell>
        <mxCell id="legend-bg" parent="legend-outer" style="verticalLabelPosition=bottom;verticalAlign=top;html=1;shape=mxgraph.basic.rect;fillColor2=none;strokeWidth=1;size=20;indent=5;fillColor=light-dark(#EDF3FF,#305363);strokeColor=#6c8ebf;" value="" vertex="1">
-           <mxGeometry width="460" height="580" as="geometry" />
+           <mxGeometry width="460" height="702" as="geometry" />
        </mxCell>
        <mxCell id="legend-title" parent="legend-outer" style="text;html=1;align=left;verticalAlign=top;fontSize=18;fontStyle=1;labelBackgroundColor=none;fontFamily=Helvetica;" value="Arrow Legend" vertex="1">
          <mxGeometry x="15" y="14" width="200" height="28" as="geometry" />
        </mxCell>
        <mxCell id="legend-line-bg" parent="legend-outer" style="fillColor=light-dark(#F5F5F5,#29393B);strokeColor=#AAAAAA;rounded=1;whiteSpace=wrap;html=1;fontFamily=Helvetica;" value="" vertex="1">
-           <mxGeometry x="12" y="52" width="435" height="514" as="geometry" />
-         </mxCell>
-         <mxCell id="legend-content" parent="legend-outer" style="text;html=1;align=left;verticalAlign=top;spacingTop=0;fontSize=13;labelBackgroundColor=none;whiteSpace=wrap;fontFamily=Helvetica;" value="&lt;div style=&quot;color:light-dark(#000,#fff);&quot;&gt;&lt;b style=&quot;color:#1565C0;&quot;&gt;Blue solid&lt;/b&gt; &amp;mdash; HTTP request flow&lt;br/&gt;(Client HTTPS + API GW routing)&lt;br/&gt;&lt;br/&gt;&lt;b style=&quot;color:#E65100;&quot;&gt;Orange dashed&lt;/b&gt; &amp;mdash; Async invoke&lt;br/&gt;(Submission fires Orchestrator, no wait)&lt;br/&gt;&lt;br/&gt;&lt;b style=&quot;color:#2E7D32;&quot;&gt;Green solid&lt;/b&gt; &amp;mdash; Data persistence&lt;br/&gt;(All DynamoDB read/write operations)&lt;br/&gt;&lt;br/&gt;&lt;b style=&quot;color:#AD1457;&quot;&gt;Pink solid&lt;/b&gt; &amp;mdash; SNS publish&lt;br/&gt;(Reviewer alerts + decision events)&lt;br/&gt;&lt;br/&gt;&lt;b style=&quot;color:#6A1B9A;&quot;&gt;Purple solid&lt;/b&gt; &amp;mdash; Durable callback&lt;br/&gt;(Reviewer CB resumes suspended Orchestrator)&lt;br/&gt;&lt;br/&gt;&lt;b style=&quot;color:#6A1B9A;&quot;&gt;Purple dashed&lt;/b&gt; &amp;mdash; Suspend / resume loop&lt;br/&gt;(Orchestrator exits; zero compute while waiting)&lt;br/&gt;&lt;br/&gt;&lt;b style=&quot;color:#00838F;&quot;&gt;Teal solid&lt;/b&gt; &amp;mdash; External API call&lt;br/&gt;(Claude: injection screen + evaluation)&lt;br/&gt;&lt;br/&gt;&lt;b style=&quot;color:#558B2F;&quot;&gt;Olive solid&lt;/b&gt; &amp;mdash; Metric publishing&lt;br/&gt;(CloudWatch PutMetricData — token cost)&lt;/div&gt;" vertex="1">
-           <mxGeometry x="20" y="60" width="420" height="500" as="geometry" />
+           <mxGeometry x="12" y="52" width="435" height="636" as="geometry" />
+         </mxCell>
+         <mxCell id="legend-content" parent="legend-outer" style="text;html=1;align=left;verticalAlign=top;spacingTop=0;fontSize=13;labelBackgroundColor=none;whiteSpace=wrap;fontFamily=Helvetica;" value="&lt;div style=&quot;color:light-dark(#000,#fff);&quot;&gt;&lt;b style=&quot;color:#1565C0;&quot;&gt;Blue solid&lt;/b&gt; &amp;mdash; HTTP request flow&lt;br/&gt;(Client HTTPS + API GW routing)&lt;br/&gt;&lt;br/&gt;&lt;b style=&quot;color:#E65100;&quot;&gt;Orange dashed&lt;/b&gt; &amp;mdash; Async invoke&lt;br/&gt;(Submission fires Orchestrator, no wait)&lt;br/&gt;&lt;br/&gt;&lt;b style=&quot;color:#2E7D32;&quot;&gt;Green solid&lt;/b&gt; &amp;mdash; Data persistence&lt;br/&gt;(All DynamoDB read/write operations)&lt;br/&gt;&lt;br/&gt;&lt;b style=&quot;color:#C62828;&quot;&gt;Red solid&lt;/b&gt; &amp;mdash; Credential fetch&lt;br/&gt;(Secrets Manager GetSecretValue)&lt;br/&gt;&lt;br/&gt;&lt;b style=&quot;color:#C62828;&quot;&gt;Red dashed&lt;/b&gt; &amp;mdash; Encryption at rest&lt;br/&gt;(KMS CMK protects prior-auth-requests)&lt;br/&gt;&lt;br/&gt;&lt;b style=&quot;color:#AD1457;&quot;&gt;Pink solid&lt;/b&gt; &amp;mdash; SNS publish&lt;br/&gt;(Reviewer alerts + decision events)&lt;br/&gt;&lt;br/&gt;&lt;b style=&quot;color:#6A1B9A;&quot;&gt;Purple solid&lt;/b&gt; &amp;mdash; Durable callback&lt;br/&gt;(Reviewer CB resumes suspended Orchestrator)&lt;br/&gt;&lt;br/&gt;&lt;b style=&quot;color:#6A1B9A;&quot;&gt;Purple dashed&lt;/b&gt; &amp;mdash; Suspend / resume loop&lt;br/&gt;(Orchestrator exits; zero compute while waiting)&lt;br/&gt;&lt;br/&gt;&lt;b style=&quot;color:#00838F;&quot;&gt;Teal solid&lt;/b&gt; &amp;mdash; External API call&lt;br/&gt;(Claude: injection screen + evaluation)&lt;br/&gt;&lt;br/&gt;&lt;b style=&quot;color:#558B2F;&quot;&gt;Olive solid&lt;/b&gt; &amp;mdash; Metric publishing&lt;br/&gt;(CloudWatch PutMetricData — token cost)&lt;/div&gt;" vertex="1">
+           <mxGeometry x="20" y="60" width="420" height="622" as="geometry" />
        </mxCell>

      </root>
    </mxGraphModel>
  </diagram>
</mxfile>
